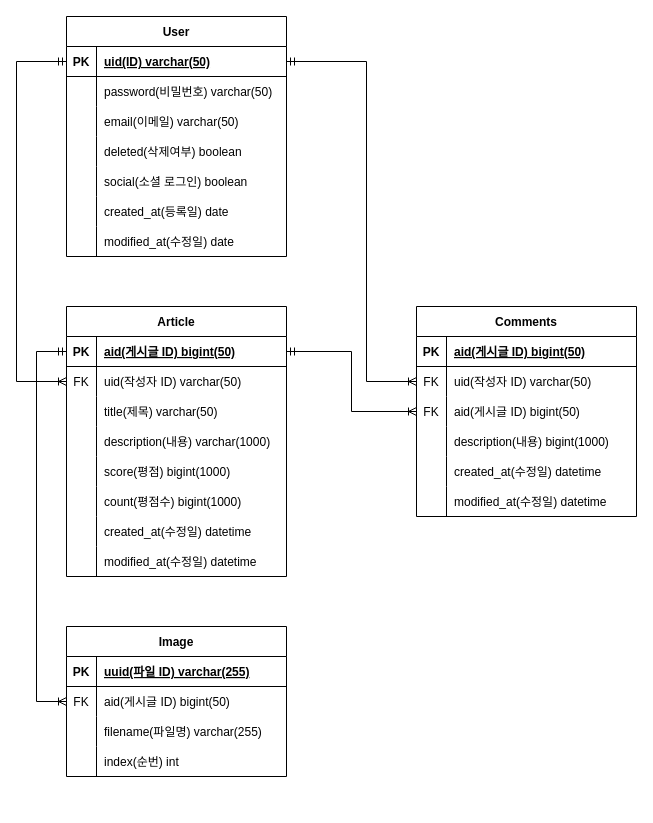
Earlier version of the draw.io diagram document/ERD.drawio (mrcocoball/cocoball-diary). Source tidied: cells renumbered, new cells numbered last; positions are measured from the earlier drawing's top-left corner, leaving out a move shared by most shapes. Both pictures are drawn from the tidied source at 100%, with x=0, y=0 at pixel (16, 16).
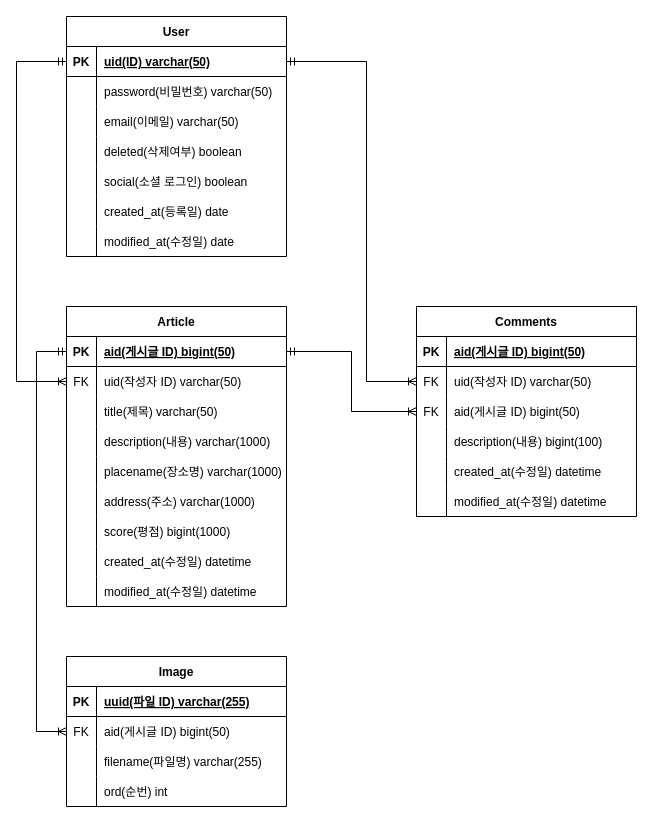
The same page after the edit.

Commit message:
#43 - ERD 업데이트

Unchanged cells that the change refers to:
```xml
<mxCell id="59" style="shape=tableRow;horizontal=0;startSize=0;swimlaneHead=0;swimlaneBody=0;fillColor=none;top=0;left=0;right=0;bottom=0;" parent="49" vertex="1">
  <mxGeometry y="120" width="220" height="30" as="geometry" />
</mxCell>
<mxCell id="78" style="shape=tableRow;horizontal=0;startSize=0;swimlaneHead=0;swimlaneBody=0;fillColor=none;top=0;left=0;right=0;bottom=0;" parent="68" vertex="1">
  <mxGeometry y="120" width="220" height="30" as="geometry" />
</mxCell>
```

The edit, as a diff of the source:
```diff
@@
     <mxCell id="24" value="Article" style="shape=table;startSize=30;childLayout=tableLayout;rowLines=0;fontStyle=1;align=center;" parent="1" vertex="1">
-      <mxGeometry x="50" y="290" width="220" height="270" as="geometry" />
+      <mxGeometry x="50" y="290" width="220" height="300" as="geometry" />
     </mxCell>
@@
+    <mxCell id="85" style="shape=tableRow;horizontal=0;startSize=0;swimlaneHead=0;swimlaneBody=0;fillColor=none;top=0;left=0;right=0;bottom=0;" parent="24" vertex="1">
+      <mxGeometry y="150" width="220" height="30" as="geometry" />
+    </mxCell>
+    <mxCell id="86" style="shape=partialRectangle;fillColor=none;top=0;left=0;bottom=0;right=0;overflow=hidden;" parent="85" vertex="1">
+      <mxGeometry width="30" height="30" as="geometry" />
+    </mxCell>
+    <mxCell id="87" value="placename(장소명) varchar(1000)" style="shape=partialRectangle;fillColor=none;top=0;left=0;bottom=0;right=0;align=left;spacingLeft=6;overflow=hidden;" parent="85" vertex="1">
+      <mxGeometry x="30" width="190" height="30" as="geometry" />
+    </mxCell>
+    <mxCell id="40" style="shape=tableRow;horizontal=0;startSize=0;swimlaneHead=0;swimlaneBody=0;fillColor=none;top=0;left=0;right=0;bottom=0;" parent="24" vertex="1">
+      <mxGeometry y="180" width="220" height="30" as="geometry" />
+    </mxCell>
+    <mxCell id="88" style="shape=partialRectangle;fillColor=none;top=0;left=0;bottom=0;right=0;overflow=hidden;" parent="40" vertex="1">
+      <mxGeometry width="30" height="30" as="geometry" />
+    </mxCell>
+    <mxCell id="89" value="address(주소) varchar(1000)" style="shape=partialRectangle;fillColor=none;top=0;left=0;bottom=0;right=0;align=left;spacingLeft=6;overflow=hidden;" parent="40" vertex="1">
+      <mxGeometry x="30" width="190" height="30" as="geometry" />
+    </mxCell>
     <mxCell id="37" style="shape=tableRow;horizontal=0;startSize=0;swimlaneHead=0;swimlaneBody=0;fillColor=none;top=0;left=0;right=0;bottom=0;" parent="24" vertex="1">
-      <mxGeometry y="150" width="220" height="30" as="geometry" />
+      <mxGeometry y="210" width="220" height="30" as="geometry" />
     </mxCell>
@@
-    <mxCell id="40" style="shape=tableRow;horizontal=0;startSize=0;swimlaneHead=0;swimlaneBody=0;fillColor=none;top=0;left=0;right=0;bottom=0;" parent="24" vertex="1">
-      <mxGeometry y="180" width="220" height="30" as="geometry" />
-    </mxCell>
-    <mxCell id="41" style="shape=partialRectangle;fillColor=none;top=0;left=0;bottom=0;right=0;overflow=hidden;" parent="40" vertex="1">
-      <mxGeometry width="30" height="30" as="geometry" />
-    </mxCell>
-    <mxCell id="42" value="count(평점수) bigint(1000)" style="shape=partialRectangle;fillColor=none;top=0;left=0;bottom=0;right=0;align=left;spacingLeft=6;overflow=hidden;" parent="40" vertex="1">
-      <mxGeometry x="30" width="190" height="30" as="geometry" />
-    </mxCell>
     <mxCell id="43" style="shape=tableRow;horizontal=0;startSize=0;swimlaneHead=0;swimlaneBody=0;fillColor=none;top=0;left=0;right=0;bottom=0;" parent="24" vertex="1">
-      <mxGeometry y="210" width="220" height="30" as="geometry" />
+      <mxGeometry y="240" width="220" height="30" as="geometry" />
     </mxCell>
@@
     <mxCell id="46" style="shape=tableRow;horizontal=0;startSize=0;swimlaneHead=0;swimlaneBody=0;fillColor=none;top=0;left=0;right=0;bottom=0;" parent="24" vertex="1">
-      <mxGeometry y="240" width="220" height="30" as="geometry" />
+      <mxGeometry y="270" width="220" height="30" as="geometry" />
     </mxCell>
@@
-    <mxCell id="61" value="description(내용) bigint(1000)" style="shape=partialRectangle;fillColor=none;top=0;left=0;bottom=0;right=0;align=left;spacingLeft=6;overflow=hidden;" parent="59" vertex="1">
+    <mxCell id="61" value="description(내용) bigint(100)" style="shape=partialRectangle;fillColor=none;top=0;left=0;bottom=0;right=0;align=left;spacingLeft=6;overflow=hidden;" parent="59" vertex="1">
       <mxGeometry x="30" width="190" height="30" as="geometry" />
     </mxCell>
@@
     <mxCell id="68" value="Image" style="shape=table;startSize=30;childLayout=tableLayout;rowLines=0;fontStyle=1;align=center;" parent="1" vertex="1">
-      <mxGeometry x="50" y="610" width="220" height="150" as="geometry" />
+      <mxGeometry x="50" y="640" width="220" height="150" as="geometry" />
     </mxCell>
@@
-    <mxCell id="80" value="index(순번) int" style="shape=partialRectangle;fillColor=none;top=0;left=0;bottom=0;right=0;align=left;spacingLeft=6;overflow=hidden;" parent="78" vertex="1">
+    <mxCell id="80" value="ord(순번) int" style="shape=partialRectangle;fillColor=none;top=0;left=0;bottom=0;right=0;align=left;spacingLeft=6;overflow=hidden;" parent="78" vertex="1">
       <mxGeometry x="30" width="190" height="30" as="geometry" />
     </mxCell>
```
